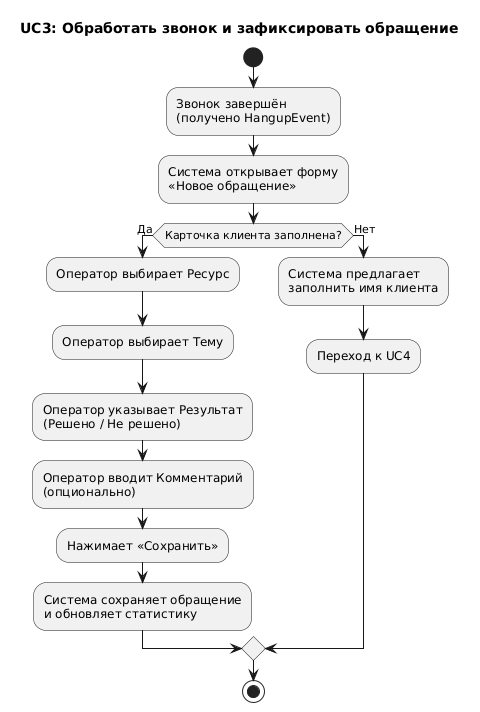
This is docs/use-cases/diagrams/uc3-activity.png from 250541-migulin/call-center-monitor, a PlantUML export, as it was before one commit.
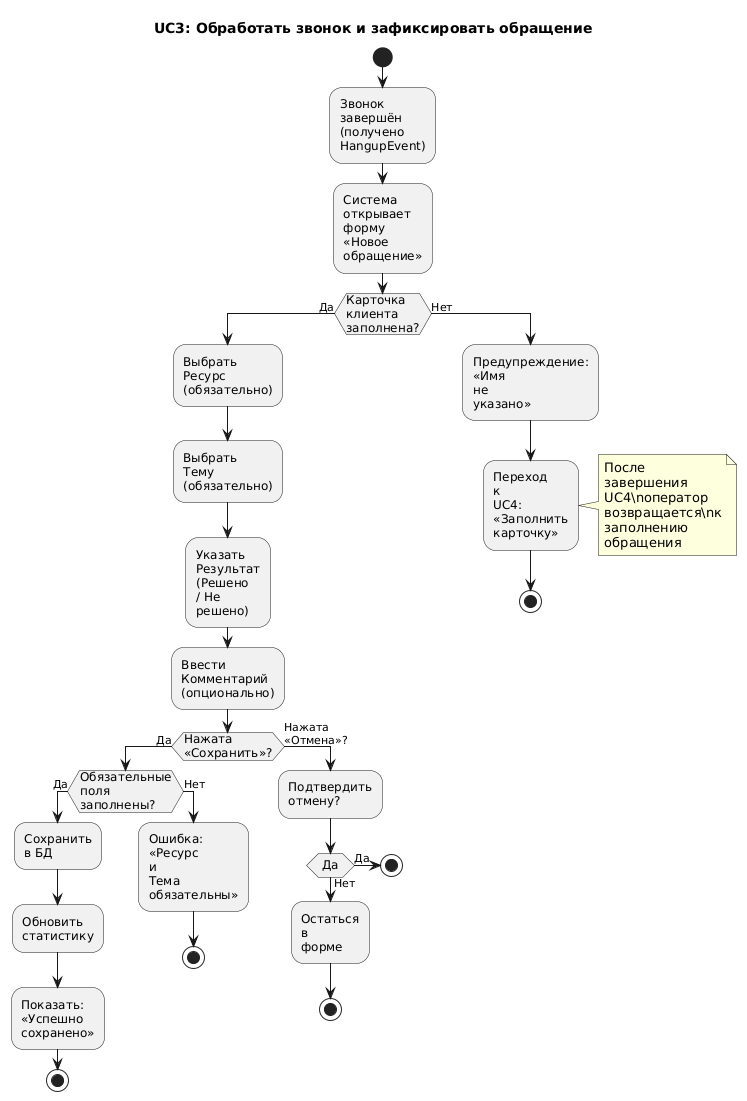
The same file after the commit.

Change to the diagram source:
```diff
@@ -1,22 +1,46 @@
 @startuml
 title UC3: Обработать звонок и зафиксировать обращение
+
+skinparam wrapWidth 30
+skinparam activityFontSize 12
 
 start
 
 :Звонок завершён\n(получено HangupEvent);
 :Система открывает форму\n«Новое обращение»;
 
-if (Карточка клиента заполнена?) then (Да)
-  :Оператор выбирает Ресурс;
-  :Оператор выбирает Тему;
-  :Оператор указывает Результат\n(Решено / Не решено);
-  :Оператор вводит Комментарий\n(опционально);
-  :Нажимает «Сохранить»;
-  :Система сохраняет обращение\nи обновляет статистику;
+if (Карточка клиента\nзаполнена?) then (Да)
+  :Выбрать Ресурс\n(обязательно);
+  :Выбрать Тему\n(обязательно);
+  :Указать Результат\n(Решено / Не решено);
+  :Ввести Комментарий\n(опционально);
+
+  if (Нажата «Сохранить»?) then (Да)
+    if (Обязательные поля\nзаполнены?) then (Да)
+      :Сохранить в БД;
+      :Обновить статистику;
+      :Показать:\n«Успешно сохранено»;
+      stop
+    else (Нет)
+      :Ошибка:\n«Ресурс и Тема обязательны»;
+      stop
+    endif
+  else (Нажата «Отмена»?)
+    :Подтвердить отмену?;
+    if (Да) then (Да)
+      stop
+    else (Нет)
+      :Остаться в форме;
+      stop
+    endif
+  endif
+
 else (Нет)
-  :Система предлагает\nзаполнить имя клиента;
-  :Переход к UC4;
+  :Предупреждение:\n«Имя не указано»;
+  :Переход к UC4:\n«Заполнить карточку»;
+  note right
+    После завершения UC4\nоператор возвращается\nк заполнению обращения
+  end note
+  stop
 endif
-
-stop
 @enduml
```
